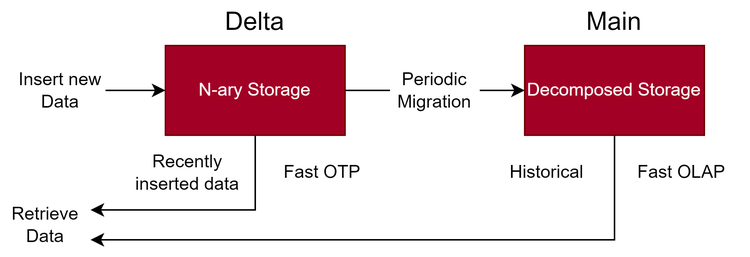
This is 60029 - Data Processing Systems/storage/images/delta_main.drawio.png from OliverKillane/Imperial-Computing-Notes, a draw.io export, as it was before one commit. Source tidied: cells renumbered, new cells last; positions are measured from the earlier drawing's top-left corner, leaving out a move shared by most shapes. Source of this version:
```xml
<mxGraphModel>
  <root>
    <mxCell id="0" />
    <mxCell id="1" parent="0" />
    <mxCell id="2" style="edgeStyle=orthogonalEdgeStyle;rounded=0;jettySize=auto;html=1;exitX=1;exitY=0.5;exitDx=0;exitDy=0;entryX=0;entryY=0.5;entryDx=0;entryDy=0;startArrow=none;" parent="1" edge="1" source="16" target="6">
      <mxGeometry relative="1" as="geometry" />
    </mxCell>
    <mxCell id="3" style="edgeStyle=orthogonalEdgeStyle;rounded=0;jettySize=auto;html=1;exitX=0.5;exitY=1;exitDx=0;exitDy=0;entryX=1;entryY=0.25;entryDx=0;entryDy=0;" parent="1" edge="1" source="4" target="11">
      <mxGeometry relative="1" as="geometry" />
    </mxCell>
    <mxCell id="4" value="N-ary Storage" style="rounded=0;whiteSpace=wrap;html=1;fillColor=#a20025;fontColor=#ffffff;strokeColor=#6F0000;" parent="1" vertex="1">
      <mxGeometry x="110" y="30" width="120" height="60" as="geometry" />
    </mxCell>
    <mxCell id="5" style="edgeStyle=orthogonalEdgeStyle;rounded=0;jettySize=auto;html=1;exitX=0.5;exitY=1;exitDx=0;exitDy=0;entryX=1;entryY=0.75;entryDx=0;entryDy=0;" parent="1" edge="1" source="6" target="11">
      <mxGeometry relative="1" as="geometry" />
    </mxCell>
    <mxCell id="6" value="Decomposed Storage" style="rounded=0;whiteSpace=wrap;html=1;fillColor=#a20025;fontColor=#ffffff;strokeColor=#6F0000;" parent="1" vertex="1">
      <mxGeometry x="350" y="30" width="120" height="60" as="geometry" />
    </mxCell>
    <mxCell id="7" value="Delta" style="text;html=1;strokeColor=none;fillColor=none;align=center;verticalAlign=middle;whiteSpace=wrap;rounded=0;fontSize=17;" parent="1" vertex="1">
      <mxGeometry x="140" width="60" height="30" as="geometry" />
    </mxCell>
    <mxCell id="8" value="Main" style="text;html=1;strokeColor=none;fillColor=none;align=center;verticalAlign=middle;whiteSpace=wrap;rounded=0;fontSize=17;" parent="1" vertex="1">
      <mxGeometry x="380" width="60" height="30" as="geometry" />
    </mxCell>
    <mxCell id="9" style="edgeStyle=orthogonalEdgeStyle;rounded=0;jettySize=auto;html=1;exitX=1;exitY=0.5;exitDx=0;exitDy=0;entryX=0;entryY=0.5;entryDx=0;entryDy=0;" parent="1" edge="1" source="10" target="4">
      <mxGeometry relative="1" as="geometry" />
    </mxCell>
    <mxCell id="10" value="Insert new Data" style="text;html=1;strokeColor=none;fillColor=none;align=center;verticalAlign=middle;whiteSpace=wrap;rounded=0;" parent="1" vertex="1">
      <mxGeometry x="10" y="45" width="60" height="30" as="geometry" />
    </mxCell>
    <mxCell id="11" value="Retrieve Data" style="text;html=1;strokeColor=none;fillColor=none;align=center;verticalAlign=middle;whiteSpace=wrap;rounded=0;" parent="1" vertex="1">
      <mxGeometry y="130" width="60" height="40" as="geometry" />
    </mxCell>
    <mxCell id="12" value="Recently inserted data" style="text;html=1;strokeColor=none;fillColor=none;align=center;verticalAlign=middle;whiteSpace=wrap;rounded=0;" parent="1" vertex="1">
      <mxGeometry x="80" y="100" width="90" height="30" as="geometry" />
    </mxCell>
    <mxCell id="13" value="Fast OTP" style="text;html=1;strokeColor=none;fillColor=none;align=center;verticalAlign=middle;whiteSpace=wrap;rounded=0;" parent="1" vertex="1">
      <mxGeometry x="170" y="100" width="90" height="30" as="geometry" />
    </mxCell>
    <mxCell id="14" value="Historical" style="text;html=1;strokeColor=none;fillColor=none;align=center;verticalAlign=middle;whiteSpace=wrap;rounded=0;" parent="1" vertex="1">
      <mxGeometry x="320" y="100" width="90" height="30" as="geometry" />
    </mxCell>
    <mxCell id="15" value="Fast OLAP" style="text;html=1;strokeColor=none;fillColor=none;align=center;verticalAlign=middle;whiteSpace=wrap;rounded=0;" parent="1" vertex="1">
      <mxGeometry x="410" y="100" width="90" height="30" as="geometry" />
    </mxCell>
    <mxCell id="16" value="Periodic Migration" style="text;html=1;strokeColor=none;fillColor=none;align=center;verticalAlign=middle;whiteSpace=wrap;rounded=0;" parent="1" vertex="1">
      <mxGeometry x="260" y="45" width="60" height="30" as="geometry" />
    </mxCell>
    <mxCell id="17" style="edgeStyle=orthogonalEdgeStyle;rounded=0;jettySize=auto;html=1;exitX=1;exitY=0.5;exitDx=0;exitDy=0;entryX=0;entryY=0.5;entryDx=0;entryDy=0;endArrow=none;" parent="1" edge="1" source="4" target="16">
      <mxGeometry relative="1" as="geometry" />
    </mxCell>
  </root>
</mxGraphModel>
```
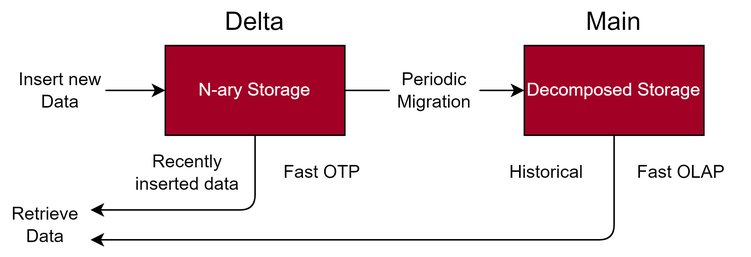
The same diagram one commit later.

The edit, as a diff of the source:
```diff
@@ -5,16 +5,16 @@
     <mxCell id="2" style="edgeStyle=orthogonalEdgeStyle;rounded=0;jettySize=auto;html=1;exitX=1;exitY=0.5;exitDx=0;exitDy=0;entryX=0;entryY=0.5;entryDx=0;entryDy=0;startArrow=none;" parent="1" edge="1" source="16" target="6">
       <mxGeometry relative="1" as="geometry" />
     </mxCell>
-    <mxCell id="3" style="edgeStyle=orthogonalEdgeStyle;rounded=0;jettySize=auto;html=1;exitX=0.5;exitY=1;exitDx=0;exitDy=0;entryX=1;entryY=0.25;entryDx=0;entryDy=0;" parent="1" edge="1" source="4" target="11">
+    <mxCell id="3" style="edgeStyle=orthogonalEdgeStyle;rounded=1;jettySize=auto;html=1;exitX=0.5;exitY=1;exitDx=0;exitDy=0;entryX=1;entryY=0.25;entryDx=0;entryDy=0;" parent="1" edge="1" source="4" target="11">
       <mxGeometry relative="1" as="geometry" />
     </mxCell>
-    <mxCell id="4" value="N-ary Storage" style="rounded=0;whiteSpace=wrap;html=1;fillColor=#a20025;fontColor=#ffffff;strokeColor=#6F0000;" parent="1" vertex="1">
+    <mxCell id="4" value="N-ary Storage" style="rounded=0;whiteSpace=wrap;html=1;fillColor=#a20025;fontColor=#ffffff;strokeColor=#000000;" parent="1" vertex="1">
       <mxGeometry x="110" y="30" width="120" height="60" as="geometry" />
     </mxCell>
-    <mxCell id="5" style="edgeStyle=orthogonalEdgeStyle;rounded=0;jettySize=auto;html=1;exitX=0.5;exitY=1;exitDx=0;exitDy=0;entryX=1;entryY=0.75;entryDx=0;entryDy=0;" parent="1" edge="1" source="6" target="11">
+    <mxCell id="5" style="edgeStyle=orthogonalEdgeStyle;rounded=1;jettySize=auto;html=1;exitX=0.5;exitY=1;exitDx=0;exitDy=0;entryX=1;entryY=0.75;entryDx=0;entryDy=0;" parent="1" edge="1" source="6" target="11">
       <mxGeometry relative="1" as="geometry" />
     </mxCell>
-    <mxCell id="6" value="Decomposed Storage" style="rounded=0;whiteSpace=wrap;html=1;fillColor=#a20025;fontColor=#ffffff;strokeColor=#6F0000;" parent="1" vertex="1">
+    <mxCell id="6" value="Decomposed Storage" style="rounded=0;whiteSpace=wrap;html=1;fillColor=#a20025;fontColor=#ffffff;strokeColor=#000000;" parent="1" vertex="1">
       <mxGeometry x="350" y="30" width="120" height="60" as="geometry" />
     </mxCell>
     <mxCell id="7" value="Delta" style="text;html=1;strokeColor=none;fillColor=none;align=center;verticalAlign=middle;whiteSpace=wrap;rounded=0;fontSize=17;" parent="1" vertex="1">
```
